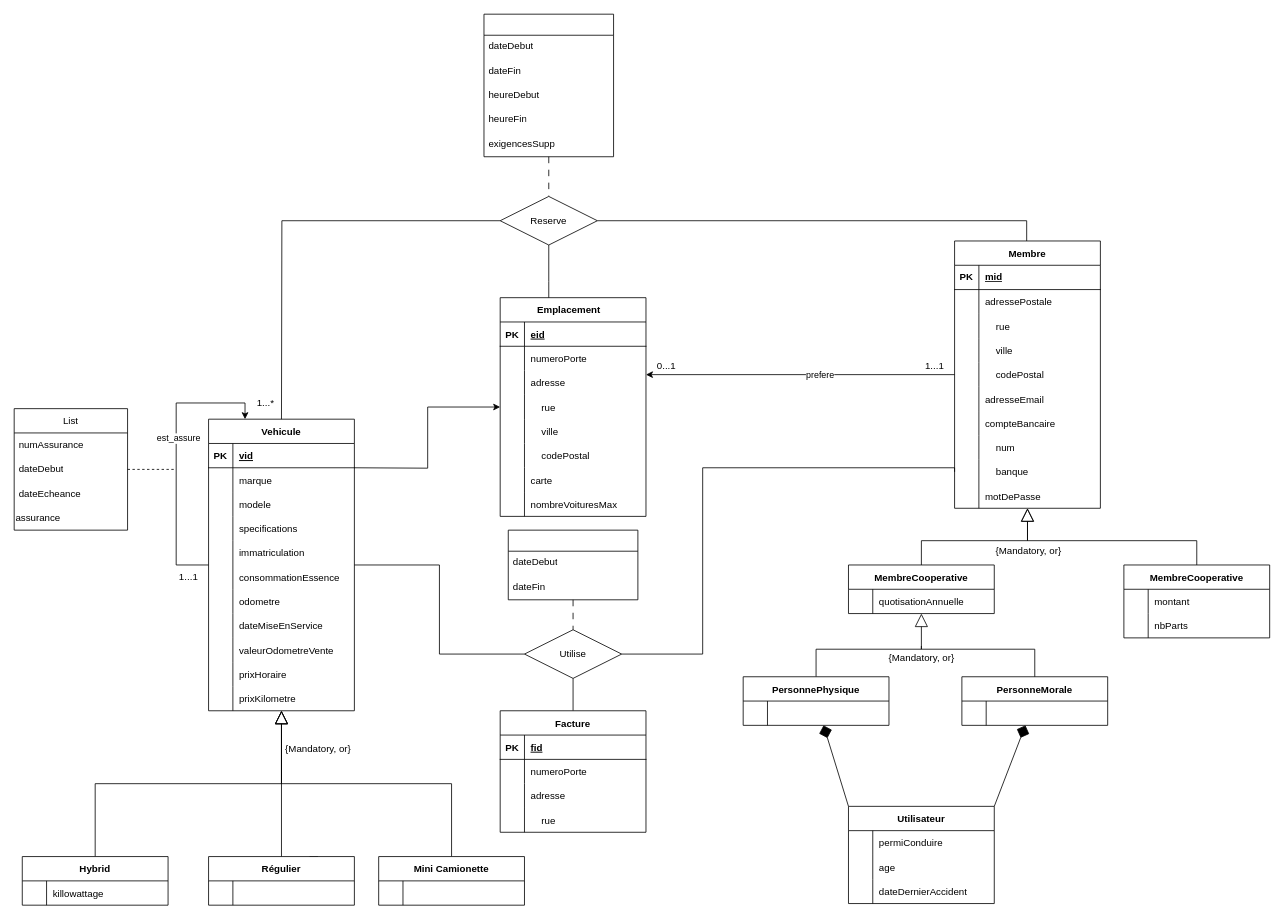
This is Tp4_Diagram.drawio from R0ma01/INF_3710_tp4, a draw.io file, before an edit. Source tidied: cells renumbered, new cells numbered last; positions are measured from the earlier drawing's top-left corner, leaving out a move shared by most shapes. Both pictures are drawn from the tidied source at 81%, with x=0, y=0 at pixel (14, 14).
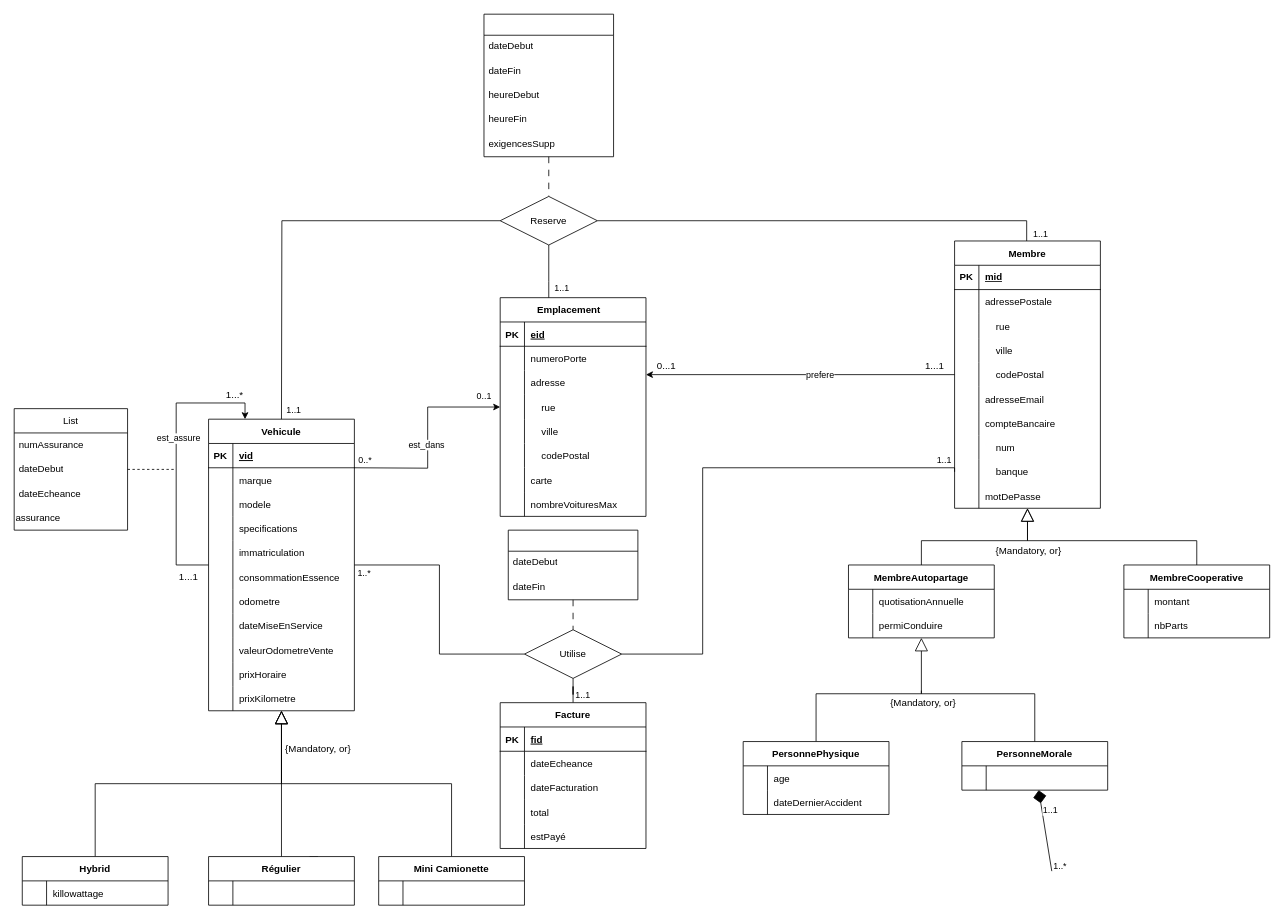
Above is the later version.

The change refers to these unchanged cells:
```xml
<mxCell id="97" style="edgeStyle=orthogonalEdgeStyle;rounded=0;jettySize=auto;html=1;exitX=1;exitY=0.5;exitDx=0;exitDy=0;" parent="1" edge="1" target="2">
  <mxGeometry relative="1" as="geometry">
    <mxPoint x="420" y="560" as="sourcePoint" />
  </mxGeometry>
</mxCell>
<mxCell id="156" style="edgeStyle=orthogonalEdgeStyle;rounded=0;jettySize=auto;html=1;endArrow=none;endFill=0;" parent="1" edge="1" source="159">
  <mxGeometry relative="1" as="geometry">
    <mxPoint x="330" y="500" as="targetPoint" />
  </mxGeometry>
</mxCell>
<mxCell id="157" style="edgeStyle=orthogonalEdgeStyle;rounded=0;jettySize=auto;html=1;endArrow=none;endFill=0;" parent="1" edge="1" source="110" target="159">
  <mxGeometry relative="1" as="geometry">
    <Array as="points">
      <mxPoint x="1250" y="255" />
    </Array>
  </mxGeometry>
</mxCell>
<mxCell id="158" style="edgeStyle=orthogonalEdgeStyle;rounded=0;jettySize=auto;html=1;exitX=0.5;exitY=1;exitDx=0;exitDy=0;endArrow=none;endFill=0;" parent="1" edge="1" source="159" target="2">
  <mxGeometry relative="1" as="geometry">
    <Array as="points">
      <mxPoint x="660" y="330" />
      <mxPoint x="660" y="330" />
    </Array>
  </mxGeometry>
</mxCell>
<mxCell id="161" style="edgeStyle=orthogonalEdgeStyle;rounded=0;jettySize=auto;html=1;exitX=0;exitY=0.5;exitDx=0;exitDy=0;endArrow=none;endFill=0;" parent="1" edge="1" source="163" target="27">
  <mxGeometry relative="1" as="geometry" />
</mxCell>
<mxCell id="162" style="edgeStyle=orthogonalEdgeStyle;rounded=0;jettySize=auto;html=1;exitX=0;exitY=0.5;exitDx=0;exitDy=0;endArrow=none;endFill=0;" parent="1" edge="1" source="135" target="163">
  <mxGeometry relative="1" as="geometry">
    <Array as="points">
      <mxPoint x="1161" y="560" />
      <mxPoint x="850" y="560" />
      <mxPoint x="850" y="790" />
    </Array>
  </mxGeometry>
</mxCell>
<mxCell id="164" style="edgeStyle=orthogonalEdgeStyle;rounded=0;jettySize=auto;html=1;exitX=0.5;exitY=0;exitDx=0;exitDy=0;endArrow=none;endFill=0;" parent="1" edge="1" source="165" target="163">
  <mxGeometry relative="1" as="geometry" />
</mxCell>
<mxCell id="169" style="shape=tableRow;horizontal=0;startSize=0;swimlaneHead=0;swimlaneBody=0;fillColor=none;top=0;left=0;right=0;bottom=0;" parent="165" vertex="1">
  <mxGeometry y="60" width="180" height="30" as="geometry" />
</mxCell>
<mxCell id="172" style="shape=tableRow;horizontal=0;startSize=0;swimlaneHead=0;swimlaneBody=0;fillColor=none;top=0;left=0;right=0;bottom=0;" parent="165" vertex="1">
  <mxGeometry y="90" width="180" height="30" as="geometry" />
</mxCell>
<mxCell id="175" style="shape=tableRow;horizontal=0;startSize=0;swimlaneHead=0;swimlaneBody=0;fillColor=none;top=0;left=0;right=0;bottom=0;" parent="165" vertex="1">
  <mxGeometry y="120" width="180" height="30" as="geometry" />
</mxCell>
```

The edit, as a diff of the source:
```diff
@@
-    <mxCell id="62" style="rounded=0;jettySize=auto;html=1;entryX=0;entryY=0;entryDx=0;entryDy=0;endArrow=none;endFill=0;startArrow=diamond;startFill=1;targetPerimeterSpacing=7;startSize=14;" parent="1" edge="1" source="63" target="100">
+    <mxCell id="62" style="rounded=0;jettySize=auto;html=1;entryX=0;entryY=0;entryDx=0;entryDy=0;endArrow=none;endFill=0;startArrow=diamond;startFill=1;targetPerimeterSpacing=7;startSize=14;" parent="1" edge="1" source="63">
       <mxGeometry relative="1" as="geometry" />
     </mxCell>
+    <mxCell id="194" value="1..1" style="edgeLabel;html=1;align=center;verticalAlign=middle;" parent="62" vertex="1">
+      <mxGeometry x="0.84" y="-1" relative="1" as="geometry">
+        <mxPoint x="-15" as="offset" />
+      </mxGeometry>
+    </mxCell>
+    <mxCell id="195" value="1..1" style="edgeLabel;html=1;align=center;verticalAlign=middle;" parent="62" vertex="1">
+      <mxGeometry x="-0.5" y="-2" relative="1" as="geometry">
+        <mxPoint x="-13" y="-2" as="offset" />
+      </mxGeometry>
+    </mxCell>
     <mxCell id="63" value="PersonnePhysique" style="shape=table;startSize=30;childLayout=tableLayout;rowLines=0;fontStyle=1;align=center;" parent="1" vertex="1">
-      <mxGeometry x="900" y="818" width="180" height="60" as="geometry" />
+      <mxGeometry x="900" y="898" width="180" height="90" as="geometry" />
     </mxCell>
-    <mxCell id="64" style="shape=tableRow;horizontal=0;startSize=0;swimlaneHead=0;swimlaneBody=0;fillColor=none;top=0;left=0;right=0;bottom=0;" parent="63" vertex="1">
-      <mxGeometry y="30" width="180" height="30" as="geometry" />
-    </mxCell>
-    <mxCell id="65" style="shape=partialRectangle;fillColor=none;top=0;left=0;bottom=0;right=0;overflow=hidden;" parent="64" vertex="1">
-      <mxGeometry width="30" height="30" as="geometry" />
-    </mxCell>
-    <mxCell id="66" style="shape=partialRectangle;fillColor=none;top=0;left=0;bottom=0;right=0;align=left;spacingLeft=6;overflow=hidden;" parent="64" vertex="1">
-      <mxGeometry x="30" width="150" height="30" as="geometry" />
-    </mxCell>
+    <mxCell id="104" style="shape=tableRow;horizontal=0;startSize=0;swimlaneHead=0;swimlaneBody=0;fillColor=none;top=0;left=0;right=0;bottom=0;" parent="63" vertex="1">
+      <mxGeometry y="30" width="180" height="30" as="geometry" />
+    </mxCell>
+    <mxCell id="105" style="shape=partialRectangle;fillColor=none;top=0;left=0;bottom=0;right=0;overflow=hidden;" parent="104" vertex="1">
+      <mxGeometry width="30" height="30" as="geometry" />
+    </mxCell>
+    <mxCell id="106" value="age" style="shape=partialRectangle;fillColor=none;top=0;left=0;bottom=0;right=0;align=left;spacingLeft=6;overflow=hidden;" parent="104" vertex="1">
+      <mxGeometry x="30" width="150" height="30" as="geometry" />
+    </mxCell>
+    <mxCell id="107" style="shape=tableRow;horizontal=0;startSize=0;swimlaneHead=0;swimlaneBody=0;fillColor=none;top=0;left=0;right=0;bottom=0;" parent="63" vertex="1">
+      <mxGeometry y="60" width="180" height="30" as="geometry" />
+    </mxCell>
+    <mxCell id="108" style="shape=partialRectangle;fillColor=none;top=0;left=0;bottom=0;right=0;overflow=hidden;" parent="107" vertex="1">
+      <mxGeometry width="30" height="30" as="geometry" />
+    </mxCell>
+    <mxCell id="109" value="dateDernierAccident" style="shape=partialRectangle;fillColor=none;top=0;left=0;bottom=0;right=0;align=left;spacingLeft=6;overflow=hidden;" parent="107" vertex="1">
+      <mxGeometry x="30" width="150" height="30" as="geometry" />
+    </mxCell>
     <mxCell id="67" style="edgeStyle=orthogonalEdgeStyle;rounded=0;orthogonalLoop=1;jettySize=auto;html=1;exitX=0.5;exitY=0;exitDx=0;exitDy=0;endArrow=none;endFill=0;" parent="1" edge="1">
       <mxGeometry relative="1" as="geometry">
-        <mxPoint x="1260" y="832" as="sourcePoint" />
-        <mxPoint x="1120" y="780" as="targetPoint" />
+        <mxPoint x="1260" y="899" as="sourcePoint" />
+        <mxPoint x="1120" y="835" as="targetPoint" />
         <Array as="points">
-          <mxPoint x="1260" y="784" />
+          <mxPoint x="1260" y="839" />
+          <mxPoint x="1120" y="839" />
         </Array>
       </mxGeometry>
     </mxCell>
     <mxCell id="68" value="PersonneMorale" style="shape=table;startSize=30;childLayout=tableLayout;rowLines=0;fontStyle=1;align=center;" parent="1" vertex="1">
-      <mxGeometry x="1170" y="818" width="180" height="60" as="geometry" />
+      <mxGeometry x="1170" y="898" width="180" height="60" as="geometry" />
     </mxCell>
@@
+    <mxCell id="196" value="0..1" style="edgeLabel;html=1;align=center;verticalAlign=middle;" parent="97" vertex="1">
+      <mxGeometry x="0.81" y="3" relative="1" as="geometry">
+        <mxPoint x="4" y="-12" as="offset" />
+      </mxGeometry>
+    </mxCell>
+    <mxCell id="197" value="0..*" style="edgeLabel;html=1;align=center;verticalAlign=middle;" parent="97" vertex="1">
+      <mxGeometry x="-0.92" y="1" relative="1" as="geometry">
+        <mxPoint x="2" y="-9" as="offset" />
+      </mxGeometry>
+    </mxCell>
+    <mxCell id="198" value="est_dans" style="edgeLabel;html=1;align=center;verticalAlign=middle;" parent="97" vertex="1">
+      <mxGeometry x="-0.06" y="2" relative="1" as="geometry" />
+    </mxCell>
@@
     <mxCell id="99" value="{Mandatory, or}" style="text;html=1;align=center;verticalAlign=middle;strokeColor=none;fillColor=none;" parent="1" vertex="1">
-      <mxGeometry x="1070" y="780" width="100" height="30" as="geometry" />
+      <mxGeometry x="1072" y="836" width="100" height="30" as="geometry" />
     </mxCell>
-    <mxCell id="100" value="Utilisateur" style="shape=table;startSize=30;childLayout=tableLayout;rowLines=0;fontStyle=1;align=center;" parent="1" vertex="1">
-      <mxGeometry x="1030" y="978" width="180" height="120" as="geometry" />
-    </mxCell>
-    <mxCell id="101" style="shape=tableRow;horizontal=0;startSize=0;swimlaneHead=0;swimlaneBody=0;fillColor=none;top=0;left=0;right=0;bottom=0;" parent="100" vertex="1">
-      <mxGeometry y="30" width="180" height="30" as="geometry" />
-    </mxCell>
-    <mxCell id="102" style="shape=partialRectangle;fillColor=none;top=0;left=0;bottom=0;right=0;overflow=hidden;" parent="101" vertex="1">
-      <mxGeometry width="30" height="30" as="geometry" />
-    </mxCell>
-    <mxCell id="103" value="permiConduire" style="shape=partialRectangle;fillColor=none;top=0;left=0;bottom=0;right=0;align=left;spacingLeft=6;overflow=hidden;" parent="101" vertex="1">
-      <mxGeometry x="30" width="150" height="30" as="geometry" />
-    </mxCell>
-    <mxCell id="104" style="shape=tableRow;horizontal=0;startSize=0;swimlaneHead=0;swimlaneBody=0;fillColor=none;top=0;left=0;right=0;bottom=0;" parent="100" vertex="1">
-      <mxGeometry y="60" width="180" height="30" as="geometry" />
-    </mxCell>
-    <mxCell id="105" style="shape=partialRectangle;fillColor=none;top=0;left=0;bottom=0;right=0;overflow=hidden;" parent="104" vertex="1">
-      <mxGeometry width="30" height="30" as="geometry" />
-    </mxCell>
-    <mxCell id="106" value="age" style="shape=partialRectangle;fillColor=none;top=0;left=0;bottom=0;right=0;align=left;spacingLeft=6;overflow=hidden;" parent="104" vertex="1">
-      <mxGeometry x="30" width="150" height="30" as="geometry" />
-    </mxCell>
-    <mxCell id="107" style="shape=tableRow;horizontal=0;startSize=0;swimlaneHead=0;swimlaneBody=0;fillColor=none;top=0;left=0;right=0;bottom=0;" parent="100" vertex="1">
-      <mxGeometry y="90" width="180" height="30" as="geometry" />
-    </mxCell>
-    <mxCell id="108" style="shape=partialRectangle;fillColor=none;top=0;left=0;bottom=0;right=0;overflow=hidden;" parent="107" vertex="1">
-      <mxGeometry width="30" height="30" as="geometry" />
-    </mxCell>
-    <mxCell id="109" value="dateDernierAccident" style="shape=partialRectangle;fillColor=none;top=0;left=0;bottom=0;right=0;align=left;spacingLeft=6;overflow=hidden;" parent="107" vertex="1">
-      <mxGeometry x="30" width="150" height="30" as="geometry" />
-    </mxCell>
@@
-    <mxCell id="142" value="MembreCooperative" style="shape=table;startSize=30;childLayout=tableLayout;rowLines=0;fontStyle=1;align=center;" parent="1" vertex="1">
-      <mxGeometry x="1030" y="680" width="180" height="60" as="geometry" />
+    <mxCell id="142" value="MembreAutopartage" style="shape=table;startSize=30;childLayout=tableLayout;rowLines=0;fontStyle=1;align=center;" parent="1" vertex="1">
+      <mxGeometry x="1030" y="680" width="180" height="90" as="geometry" />
     </mxCell>
@@
+    <mxCell id="101" style="shape=tableRow;horizontal=0;startSize=0;swimlaneHead=0;swimlaneBody=0;fillColor=none;top=0;left=0;right=0;bottom=0;" parent="142" vertex="1">
+      <mxGeometry y="60" width="180" height="30" as="geometry" />
+    </mxCell>
+    <mxCell id="102" style="shape=partialRectangle;fillColor=none;top=0;left=0;bottom=0;right=0;overflow=hidden;" parent="101" vertex="1">
+      <mxGeometry width="30" height="30" as="geometry" />
+    </mxCell>
+    <mxCell id="103" value="permiConduire" style="shape=partialRectangle;fillColor=none;top=0;left=0;bottom=0;right=0;align=left;spacingLeft=6;overflow=hidden;" parent="101" vertex="1">
+      <mxGeometry x="30" width="150" height="30" as="geometry" />
+    </mxCell>
@@
-    <mxCell id="148" style="rounded=0;jettySize=auto;html=1;endArrow=none;endFill=0;startArrow=diamond;startFill=1;targetPerimeterSpacing=7;startSize=14;entryX=1;entryY=0;entryDx=0;entryDy=0;" parent="1" edge="1" source="68" target="100">
-      <mxGeometry relative="1" as="geometry" />
+    <mxCell id="148" style="rounded=0;jettySize=auto;html=1;endArrow=none;endFill=0;startArrow=diamond;startFill=1;targetPerimeterSpacing=7;startSize=14;entryX=1;entryY=0;entryDx=0;entryDy=0;" parent="1" edge="1" source="68">
+      <mxGeometry relative="1" as="geometry">
+        <mxPoint x="1281" y="1058" as="targetPoint" />
+      </mxGeometry>
     </mxCell>
+    <mxCell id="199" value="1..*" style="edgeLabel;html=1;align=center;verticalAlign=middle;" parent="148" vertex="1">
+      <mxGeometry x="0.77" y="2" relative="1" as="geometry">
+        <mxPoint x="9" y="5" as="offset" />
+      </mxGeometry>
+    </mxCell>
+    <mxCell id="200" value="1..1" style="edgeLabel;html=1;align=center;verticalAlign=middle;" parent="148" vertex="1">
+      <mxGeometry x="-0.67" y="-1" relative="1" as="geometry">
+        <mxPoint x="12" y="8" as="offset" />
+      </mxGeometry>
+    </mxCell>
@@
+    <mxCell id="201" value="1..1" style="edgeLabel;html=1;align=center;verticalAlign=middle;" parent="156" vertex="1">
+      <mxGeometry x="0.91" y="1" relative="1" as="geometry">
+        <mxPoint x="13" y="12" as="offset" />
+      </mxGeometry>
+    </mxCell>
@@
+    <mxCell id="202" value="1..1" style="edgeLabel;html=1;align=center;verticalAlign=middle;" parent="157" vertex="1">
+      <mxGeometry x="-0.87" y="-1" relative="1" as="geometry">
+        <mxPoint x="27" y="16" as="offset" />
+      </mxGeometry>
+    </mxCell>
@@
+    <mxCell id="203" value="1..1" style="edgeLabel;html=1;align=center;verticalAlign=middle;" parent="158" vertex="1">
+      <mxGeometry x="0.24" y="1" relative="1" as="geometry">
+        <mxPoint x="14" y="12" as="offset" />
+      </mxGeometry>
+    </mxCell>
@@
+    <mxCell id="204" value="1..*" style="edgeLabel;html=1;align=center;verticalAlign=middle;" parent="161" vertex="1">
+      <mxGeometry x="0.87" relative="1" as="geometry">
+        <mxPoint x="-10" y="9" as="offset" />
+      </mxGeometry>
+    </mxCell>
@@
+    <mxCell id="205" value="1..1" style="edgeLabel;html=1;align=center;verticalAlign=middle;" parent="162" vertex="1">
+      <mxGeometry x="-0.94" relative="1" as="geometry">
+        <mxPoint y="-10" as="offset" />
+      </mxGeometry>
+    </mxCell>
@@
+    <mxCell id="206" value="1..1" style="edgeLabel;html=1;align=center;verticalAlign=middle;" parent="164" vertex="1">
+      <mxGeometry x="-0.81" y="-1" relative="1" as="geometry">
+        <mxPoint x="10" y="-5" as="offset" />
+      </mxGeometry>
+    </mxCell>
     <mxCell id="165" value="Facture" style="shape=table;startSize=30;childLayout=tableLayout;rowLines=0;fontStyle=1;align=center;" parent="1" vertex="1">
-      <mxGeometry x="600" y="860" width="180" height="150" as="geometry" />
+      <mxGeometry x="600" y="850" width="180" height="180" as="geometry" />
     </mxCell>
@@
-    <mxCell id="171" value="numeroPorte             " style="shape=partialRectangle;fillColor=none;top=0;left=0;bottom=0;right=0;align=left;spacingLeft=6;overflow=hidden;" parent="169" vertex="1">
+    <mxCell id="171" value="dateEcheance" style="shape=partialRectangle;fillColor=none;top=0;left=0;bottom=0;right=0;align=left;spacingLeft=6;overflow=hidden;" parent="169" vertex="1">
       <mxGeometry x="30" width="150" height="30" as="geometry" />
     </mxCell>
@@
-    <mxCell id="174" value="adresse" style="shape=partialRectangle;fillColor=none;top=0;left=0;bottom=0;right=0;align=left;spacingLeft=6;overflow=hidden;" parent="172" vertex="1">
+    <mxCell id="174" value="dateFacturation" style="shape=partialRectangle;fillColor=none;top=0;left=0;bottom=0;right=0;align=left;spacingLeft=6;overflow=hidden;" parent="172" vertex="1">
       <mxGeometry x="30" width="150" height="30" as="geometry" />
     </mxCell>
@@
-    <mxCell id="177" value="    rue" style="shape=partialRectangle;fillColor=none;top=0;left=0;bottom=0;right=0;align=left;spacingLeft=6;overflow=hidden;" parent="175" vertex="1">
+    <mxCell id="177" value="total" style="shape=partialRectangle;fillColor=none;top=0;left=0;bottom=0;right=0;align=left;spacingLeft=6;overflow=hidden;" parent="175" vertex="1">
       <mxGeometry x="30" width="150" height="30" as="geometry" />
     </mxCell>
+    <mxCell id="207" style="shape=tableRow;horizontal=0;startSize=0;swimlaneHead=0;swimlaneBody=0;fillColor=none;top=0;left=0;right=0;bottom=0;" parent="165" vertex="1">
+      <mxGeometry y="150" width="180" height="30" as="geometry" />
+    </mxCell>
+    <mxCell id="65" style="shape=partialRectangle;fillColor=none;top=0;left=0;bottom=0;right=0;overflow=hidden;" parent="207" vertex="1">
+      <mxGeometry width="30" height="30" as="geometry" />
+    </mxCell>
+    <mxCell id="208" value="estPayé" style="shape=partialRectangle;fillColor=none;top=0;left=0;bottom=0;right=0;align=left;spacingLeft=6;overflow=hidden;" parent="207" vertex="1">
+      <mxGeometry x="30" width="150" height="30" as="geometry" />
+    </mxCell>
@@
     <mxCell id="190" value="1...*" style="text;html=1;align=center;verticalAlign=middle;strokeColor=none;fillColor=none;" parent="1" vertex="1">
-      <mxGeometry x="290" y="465" width="40" height="30" as="geometry" />
+      <mxGeometry x="252" y="455" width="40" height="30" as="geometry" />
     </mxCell>
```
